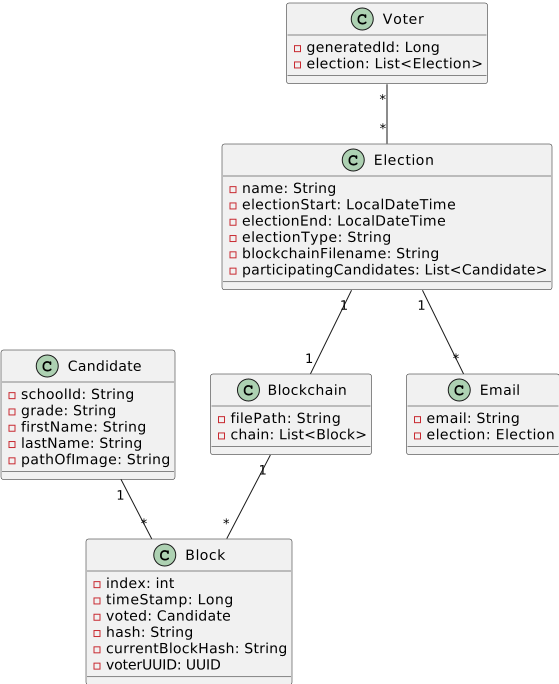
Earlier version of the PlantUML export asciidocs/slides/images/cld.png (2324-4bhif-syp/2324-4bhif-syp-project-leovote). Its source is kept beside it as asciidocs/docs/plantuml/cld.puml. Source of this version:
```plantuml
@startuml

top to bottom direction

class Candidate {
  - schoolId: String
  - grade: String
  - firstName: String
  - lastName: String
  - pathOfImage: String
}

class Block {
    - index: int
    - timeStamp: Long
    - voted: Candidate
    - hash: String
    - currentBlockHash: String
    - voterUUID: UUID
}

class Blockchain {
    - filePath: String
    - chain: List<Block>
}

class Election {
  - name: String
  - electionStart: LocalDateTime
  - electionEnd: LocalDateTime
  - electionType: String
  - blockchainFilename: String
  - participatingCandidates: List<Candidate>
}

class Email {
  - email: String
  - election: Election
}

class Voter {
  - generatedId: Long
  - election: List<Election>
}

Election "1"--"1" Blockchain
Election "1"--"*" Email
Blockchain "1"--"*" Block
Candidate "1"--"*" Block
Voter "*"--"*" Election
@enduml
```
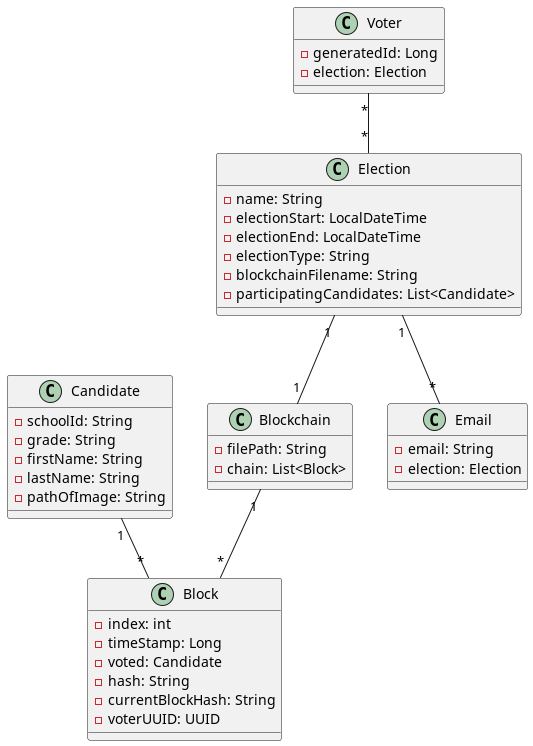
The same diagram one commit later.

Commit message:
-fix: overworked cld. Issue in Voter class

Diff of the diagram source:
```diff
@@ -40,7 +40,7 @@
 
 class Voter {
   - generatedId: Long
-  - election: List<Election>
+  - election: Election
 }
 
 Election "1"--"1" Blockchain
```
